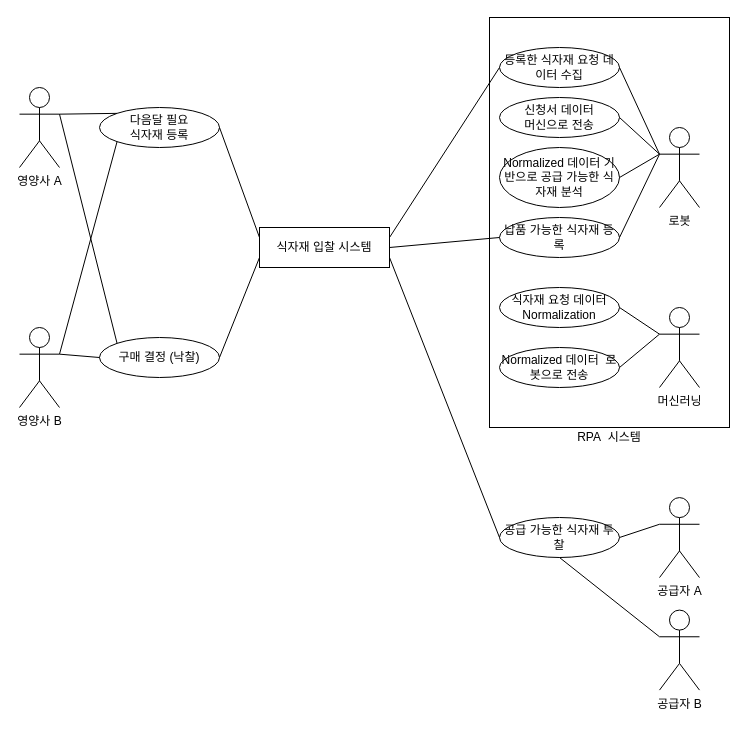
The draw.io diagram Capstone_Usecase.drawio in PARKJUHONG123/Capstone-Project-1, before the edit. Source tidied: cells renumbered, new cells numbered last; positions are measured from the earlier drawing's top-left corner, leaving out a move shared by most shapes. Both pictures are drawn from the tidied source at 100%, with x=0, y=0 at pixel (19, 17).
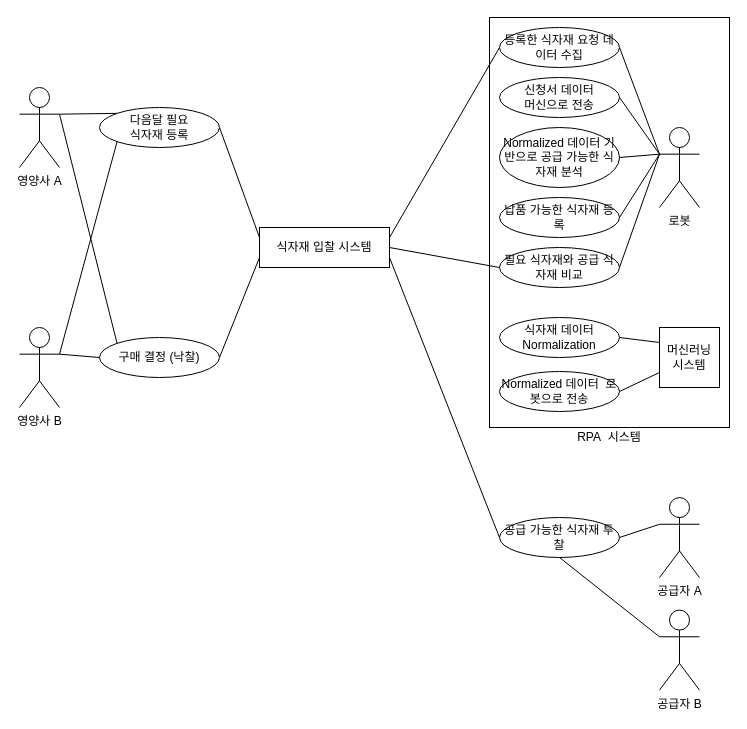
After the change.

Unchanged cells that the change refers to:
```xml
<mxCell id="4" value="식자재 입찰 시스템" style="rounded=0;whiteSpace=wrap;html=1;" parent="1" vertex="1">
  <mxGeometry x="240" y="210" width="130" height="40" as="geometry" />
</mxCell>
<mxCell id="14" value="로봇" style="shape=umlActor;verticalLabelPosition=bottom;labelBackgroundColor=#ffffff;verticalAlign=top;html=1;outlineConnect=0;" parent="1" vertex="1">
  <mxGeometry x="640" y="110" width="40" height="80" as="geometry" />
</mxCell>
```

Diff of the diagram source:
```diff
@@
     <mxCell id="5" value="납품 가능한 식자재 등록" style="ellipse;whiteSpace=wrap;html=1;" parent="1" vertex="1">
-      <mxGeometry x="480" y="200" width="120" height="40" as="geometry" />
+      <mxGeometry x="480" y="180" width="120" height="40" as="geometry" />
     </mxCell>
     <mxCell id="6" value="Normalized 데이터&amp;nbsp; 로봇으로 전송" style="ellipse;whiteSpace=wrap;html=1;" parent="1" vertex="1">
-      <mxGeometry x="480" y="330" width="120" height="40" as="geometry" />
+      <mxGeometry x="480" y="354" width="120" height="40" as="geometry" />
     </mxCell>
     <mxCell id="7" value="등록한 식자재 요청 데이터 수집" style="ellipse;whiteSpace=wrap;html=1;" parent="1" vertex="1">
-      <mxGeometry x="480" y="30" width="120" height="40" as="geometry" />
+      <mxGeometry x="480" y="10" width="120" height="40" as="geometry" />
     </mxCell>
-    <mxCell id="8" value="식자재 요청 데이터Normalization" style="ellipse;whiteSpace=wrap;html=1;" parent="1" vertex="1">
-      <mxGeometry x="480" y="270" width="120" height="40" as="geometry" />
+    <mxCell id="8" value="식자재 데이터Normalization" style="ellipse;whiteSpace=wrap;html=1;" parent="1" vertex="1">
+      <mxGeometry x="480" y="300" width="120" height="40" as="geometry" />
     </mxCell>
@@
-    <mxCell id="13" value="머신러닝" style="shape=umlActor;verticalLabelPosition=bottom;labelBackgroundColor=#ffffff;verticalAlign=top;html=1;outlineConnect=0;" parent="1" vertex="1">
-      <mxGeometry x="640" y="290" width="40" height="80" as="geometry" />
-    </mxCell>
@@
-    <mxCell id="16" style="endArrow=none;html=1;entryX=0;entryY=0.3333333333333333;entryDx=0;entryDy=0;exitX=1;exitY=0.5;exitDx=0;exitDy=0;entryPerimeter=0;" parent="1" edge="1" source="6" target="13">
+    <mxCell id="16" style="endArrow=none;html=1;entryX=0;entryY=0.75;entryDx=0;entryDy=0;exitX=1;exitY=0.5;exitDx=0;exitDy=0;" parent="1" edge="1" source="6" target="37">
       <mxGeometry relative="1" as="geometry" />
     </mxCell>
@@
-    <mxCell id="18" style="endArrow=none;html=1;exitX=1;exitY=0.5;exitDx=0;exitDy=0;entryX=0;entryY=0.3333333333333333;entryDx=0;entryDy=0;entryPerimeter=0;" parent="1" edge="1" source="8" target="13">
+    <mxCell id="18" style="endArrow=none;html=1;exitX=1;exitY=0.5;exitDx=0;exitDy=0;entryX=0;entryY=0.25;entryDx=0;entryDy=0;" parent="1" edge="1" source="8" target="37">
       <mxGeometry relative="1" as="geometry" />
     </mxCell>
@@
     <mxCell id="21" value="신청서 데이터&lt;br&gt;머신으로 전송" style="ellipse;whiteSpace=wrap;html=1;" parent="1" vertex="1">
-      <mxGeometry x="480" y="80" width="120" height="40" as="geometry" />
+      <mxGeometry x="480" y="60" width="120" height="40" as="geometry" />
     </mxCell>
@@
-    <mxCell id="24" style="endArrow=none;html=1;exitX=1;exitY=0.25;exitDx=0;exitDy=0;" parent="1" edge="1" source="4">
-      <mxGeometry relative="1" as="geometry">
-        <mxPoint x="480" y="50" as="targetPoint" />
-      </mxGeometry>
+    <mxCell id="24" style="endArrow=none;html=1;exitX=1;exitY=0.25;exitDx=0;exitDy=0;entryX=0;entryY=0.5;entryDx=0;entryDy=0;" parent="1" edge="1" source="4" target="7">
+      <mxGeometry relative="1" as="geometry" />
     </mxCell>
     <mxCell id="25" value="Normalized 데이터 기반으로 공급 가능한 식자재 분석" style="ellipse;whiteSpace=wrap;html=1;" parent="1" vertex="1">
-      <mxGeometry x="480" y="130" width="120" height="60" as="geometry" />
+      <mxGeometry x="480" y="110" width="120" height="60" as="geometry" />
     </mxCell>
@@
-    <mxCell id="27" style="endArrow=none;html=1;exitX=1;exitY=0.5;exitDx=0;exitDy=0;entryX=0;entryY=0.5;entryDx=0;entryDy=0;" parent="1" edge="1" source="4" target="5">
+    <mxCell id="27" style="endArrow=none;html=1;exitX=1;exitY=0.5;exitDx=0;exitDy=0;entryX=0;entryY=0.5;entryDx=0;entryDy=0;" parent="1" edge="1" source="4" target="38">
       <mxGeometry relative="1" as="geometry" />
     </mxCell>
@@
+    <mxCell id="37" value="머신러닝 시스템" style="rounded=0;whiteSpace=wrap;html=1;" parent="1" vertex="1">
+      <mxGeometry x="640" y="310" width="60" height="60" as="geometry" />
+    </mxCell>
+    <mxCell id="38" value="필요 식자재와 공급 식자재 비교" style="ellipse;whiteSpace=wrap;html=1;" parent="1" vertex="1">
+      <mxGeometry x="480" y="230" width="120" height="40" as="geometry" />
+    </mxCell>
+    <mxCell id="39" style="endArrow=none;html=1;exitX=1;exitY=0.5;exitDx=0;exitDy=0;entryX=0;entryY=0.3333333333333333;entryDx=0;entryDy=0;entryPerimeter=0;" parent="1" edge="1" source="38" target="14">
+      <mxGeometry relative="1" as="geometry" />
+    </mxCell>
```
